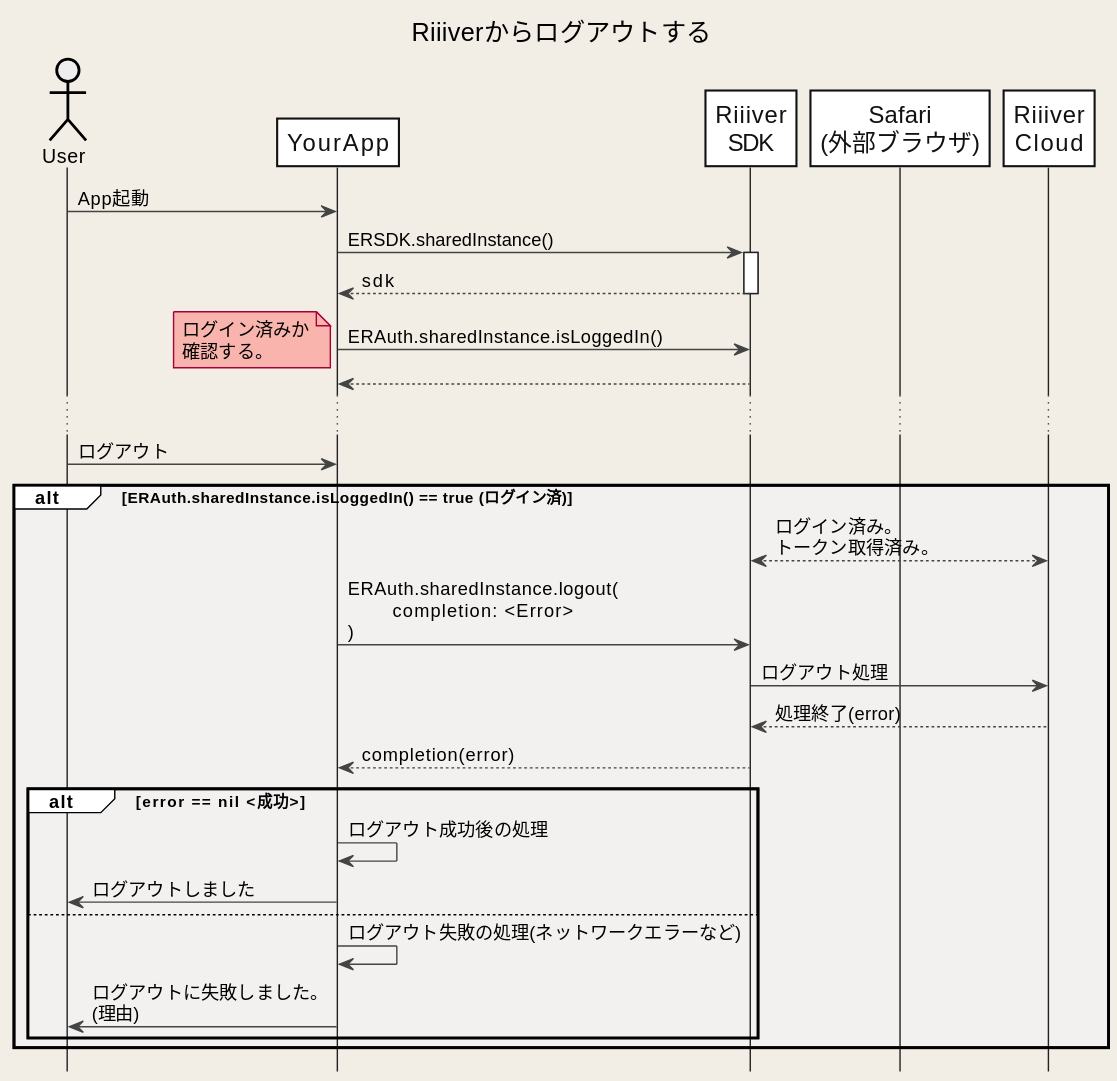
Earlier version of the PlantUML export images/Android/en/Sequences/logout.svg (CitizenWatch/RiiiverResources). Its diagram source:
```plantuml
@startuml
title Riiiverからログアウトする
hide footbox

skinparam DefaultFontName "Noto Sans JP, Helvetica, Arial, Liberation Sans"
skinparam BackgroundColor #F2EEE6
skinparam Shadowing false
skinparam NoteBackgroundColor #F9B5AD
skinparam NodeBorderColor #F26767

skinparam sequence {
ArrowColor #444444
ActorBorderColor Black
LifeLineBorderColor #222222
LifeLineBackgroundColor White
BoxBorderColor #FFFFFF
BoxBackgroundColor #F2fEf6
GroupBackgroundColor #FFFFFF
GroupBodyBackgroundColor #F3F0F0

ParticipantBorderColor #111111
ParticipantBackgroundColor White
ParticipantFontSize 17
ParticipantFontColor #111111
BoundaryBorderColor Gray
ActorBackgroundColor #eeeeee
ActorFontColor Black

}

actor User
participant YourApp as App
participant "Riiiver\nSDK" as ERSDK
participant "Safari\n(外部ブラウザ)" as Safari
participant "Riiiver\nCloud" as Riiiver

User -> App: App起動

App -> ERSDK: ERSDK.sharedInstance()
activate ERSDK
App <-- ERSDK: sdk
deactivate ERSDK

App -> ERSDK: ERAuth.sharedInstance.isLoggedIn()
note left: ログイン済みか\n確認する。
ERSDK --> App:
...
User -> App: ログアウト
alt ERAuth.sharedInstance.isLoggedIn() == true (ログイン済)
    ERSDK <---> Riiiver: ログイン済み。\nトークン取得済み。
    App -> ERSDK: ERAuth.sharedInstance.logout(\n\tcompletion: <Error>\n)
    ERSDK -> Riiiver: ログアウト処理
    ERSDK <-- Riiiver: 処理終了(error)
    ERSDK --> App: completion(error)
    alt error == nil <成功>
        App -> App: ログアウト成功後の処理
        App -> User: ログアウトしました
    else
        App -> App: ログアウト失敗の処理(ネットワークエラーなど)
        App -> User: ログアウトに失敗しました。\n(理由)
    end
end





@enduml
```
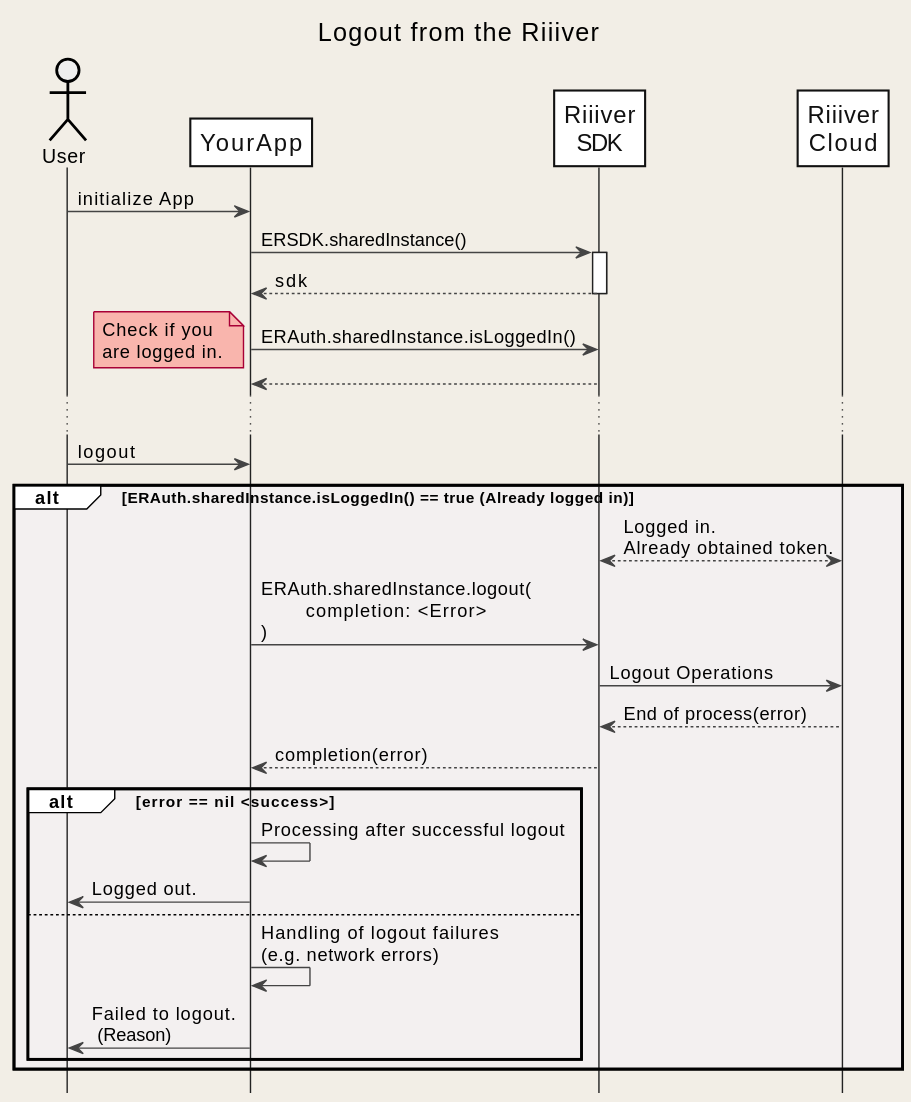
Above is the later version.

Change to the diagram source:
```diff
@@ -1,5 +1,5 @@
 @startuml
-title Riiiverからログアウトする
+title Logout from the Riiiver
 hide footbox
 
 skinparam DefaultFontName "Noto Sans JP, Helvetica, Arial, Liberation Sans"
@@ -31,10 +31,9 @@
 actor User
 participant YourApp as App
 participant "Riiiver\nSDK" as ERSDK
-participant "Safari\n(外部ブラウザ)" as Safari
 participant "Riiiver\nCloud" as Riiiver
 
-User -> App: App起動
+User -> App: initialize App
 
 App -> ERSDK: ERSDK.sharedInstance()
 activate ERSDK
@@ -42,22 +41,22 @@
 deactivate ERSDK
 
 App -> ERSDK: ERAuth.sharedInstance.isLoggedIn()
-note left: ログイン済みか\n確認する。
+note left: Check if you\nare logged in.
 ERSDK --> App:
 ...
-User -> App: ログアウト
-alt ERAuth.sharedInstance.isLoggedIn() == true (ログイン済)
-    ERSDK <---> Riiiver: ログイン済み。\nトークン取得済み。
+User -> App: logout
+alt ERAuth.sharedInstance.isLoggedIn() == true (Already logged in)
+    ERSDK <---> Riiiver: Logged in.\nAlready obtained token.
     App -> ERSDK: ERAuth.sharedInstance.logout(\n\tcompletion: <Error>\n)
-    ERSDK -> Riiiver: ログアウト処理
-    ERSDK <-- Riiiver: 処理終了(error)
+    ERSDK -> Riiiver: Logout Operations
+    ERSDK <-- Riiiver: End of process(error)
     ERSDK --> App: completion(error)
-    alt error == nil <成功>
-        App -> App: ログアウト成功後の処理
-        App -> User: ログアウトしました
+    alt error == nil <success>
+        App -> App: Processing after successful logout
+        App -> User: Logged out.
     else
-        App -> App: ログアウト失敗の処理(ネットワークエラーなど)
-        App -> User: ログアウトに失敗しました。\n(理由)
+        App -> App: Handling of logout failures\n(e.g. network errors)
+        App -> User: Failed to logout. \n (Reason)
     end
 end
 
```
